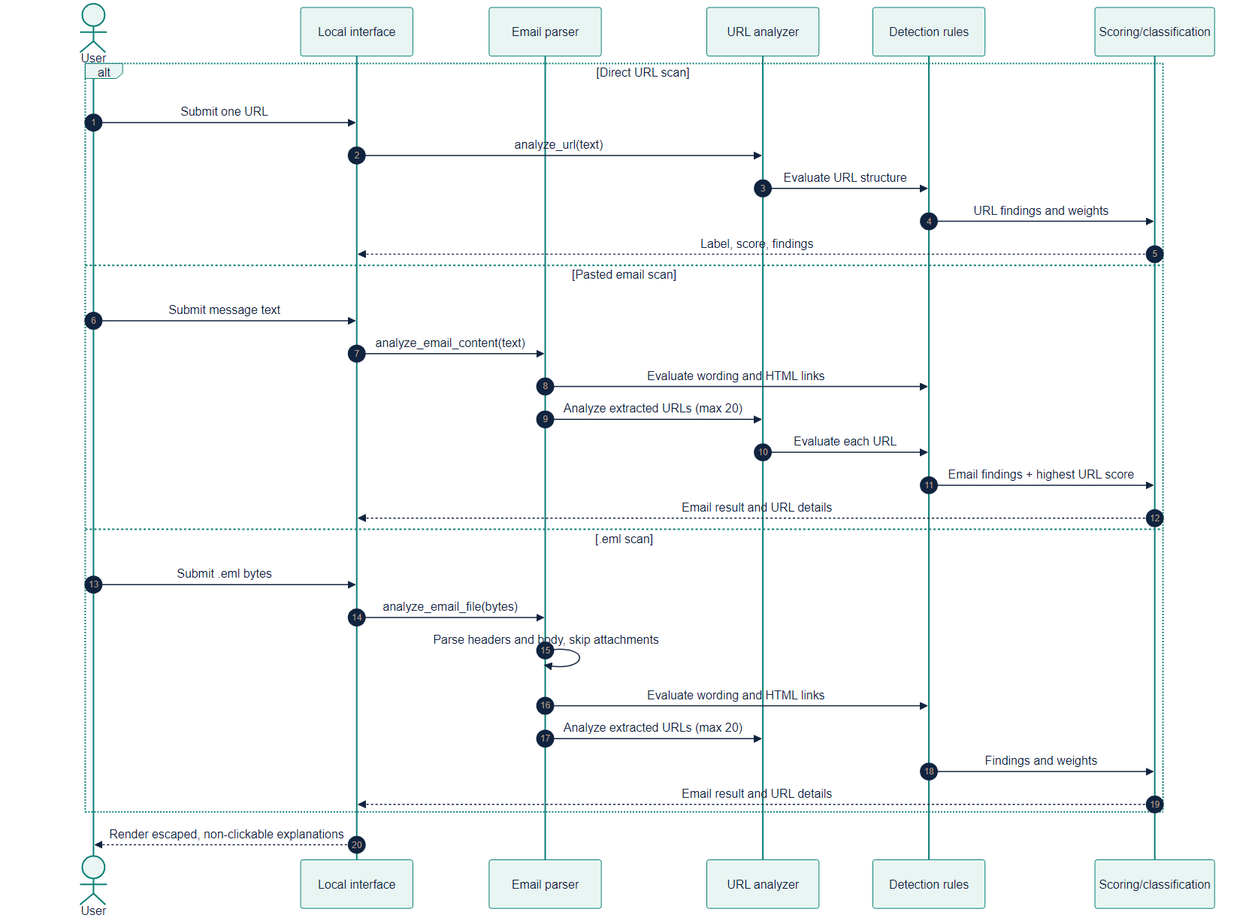
Tyreezebreezy/capstone-phishing-detector keeps this Mermaid diagram as docs/diagrams/rendered/sequence.png. Above is the earlier version. Its source is kept beside it as docs/diagrams/sequence.mmd. The source it was exported from:
```mermaid
%%{init: {"theme":"base","themeVariables":{"primaryColor":"#e8f5f2","primaryTextColor":"#10233f","primaryBorderColor":"#087f75","lineColor":"#52657a","secondaryColor":"#eef3f7","tertiaryColor":"#fff7df","fontFamily":"Arial"}}}%%
sequenceDiagram
    autonumber
    actor User
    participant UI as Local interface
    participant Parser as Email parser
    participant URL as URL analyzer
    participant Rules as Detection rules
    participant Score as Scoring/classification

    alt Direct URL scan
        User->>UI: Submit one URL
        UI->>URL: analyze_url(text)
        URL->>Rules: Evaluate URL structure
        Rules->>Score: URL findings and weights
        Score-->>UI: Label, score, findings
    else Pasted email scan
        User->>UI: Submit message text
        UI->>Parser: analyze_email_content(text)
        Parser->>Rules: Evaluate wording and HTML links
        Parser->>URL: Analyze extracted URLs (max 20)
        URL->>Rules: Evaluate each URL
        Rules->>Score: Email findings + highest URL score
        Score-->>UI: Email result and URL details
    else .eml scan
        User->>UI: Submit .eml bytes
        UI->>Parser: analyze_email_file(bytes)
        Parser->>Parser: Parse headers and body, skip attachments
        Parser->>Rules: Evaluate wording and HTML links
        Parser->>URL: Analyze extracted URLs (max 20)
        Rules->>Score: Findings and weights
        Score-->>UI: Email result and URL details
    end
    UI-->>User: Render escaped, non-clickable explanations
```
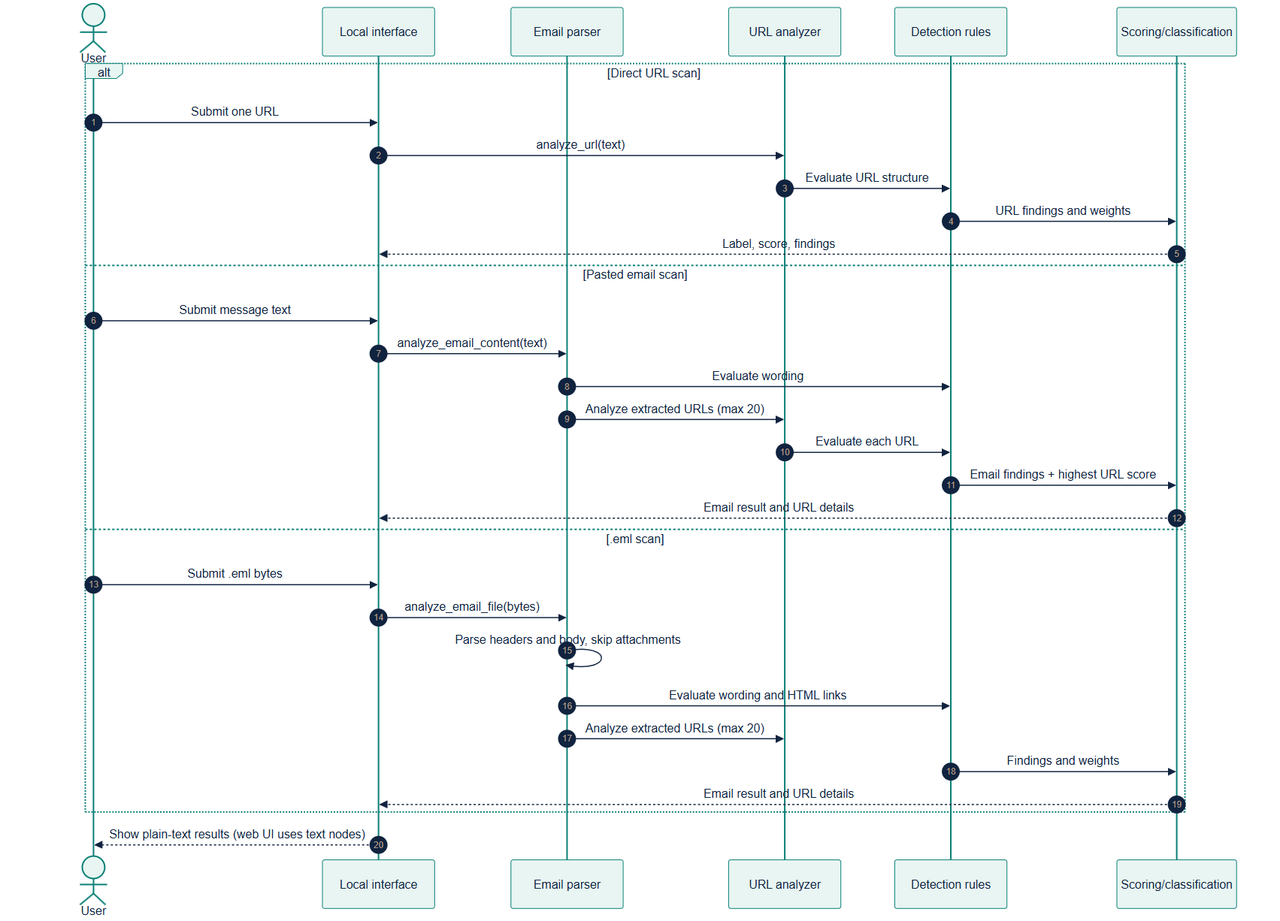
The same file after the commit.

Change to the diagram source:
```diff
@@ -17,7 +17,7 @@
     else Pasted email scan
         User->>UI: Submit message text
         UI->>Parser: analyze_email_content(text)
-        Parser->>Rules: Evaluate wording and HTML links
+        Parser->>Rules: Evaluate wording
         Parser->>URL: Analyze extracted URLs (max 20)
         URL->>Rules: Evaluate each URL
         Rules->>Score: Email findings + highest URL score
@@ -31,4 +31,4 @@
         Rules->>Score: Findings and weights
         Score-->>UI: Email result and URL details
     end
-    UI-->>User: Render escaped, non-clickable explanations
+    UI-->>User: Show plain-text results (web UI uses text nodes)
```
